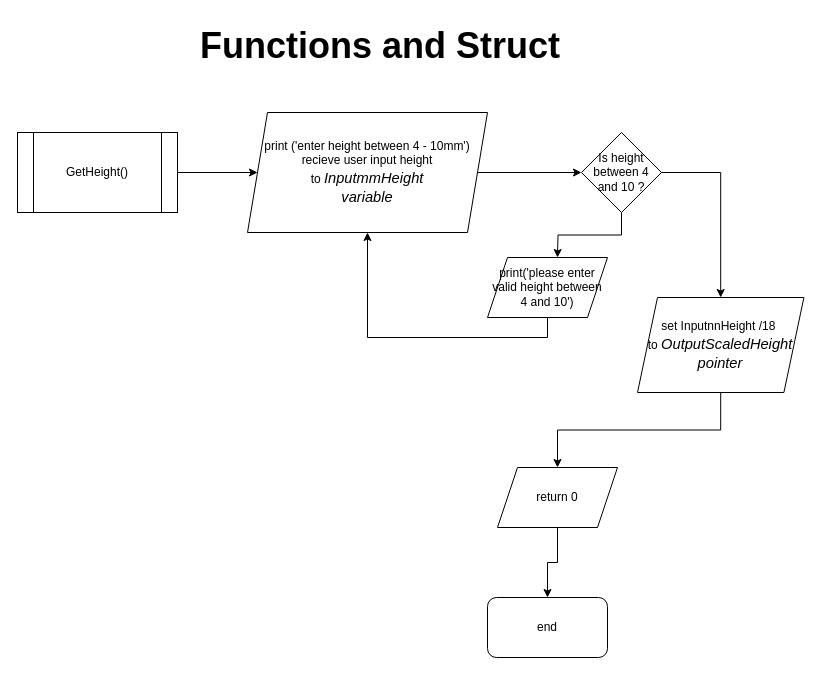
Above: page "Page-3" (3 of 3) of TextRobotFlowchart.drawio in hanifadelekan/TextRobotPlanning (draw.io), before the change. Source tidied: cells renumbered, new cells numbered last; positions are measured from the earlier drawing's top-left corner, leaving out a move shared by most shapes. Both pictures are drawn from the tidied source at 100%, with x=0, y=0 at pixel (17, 17).
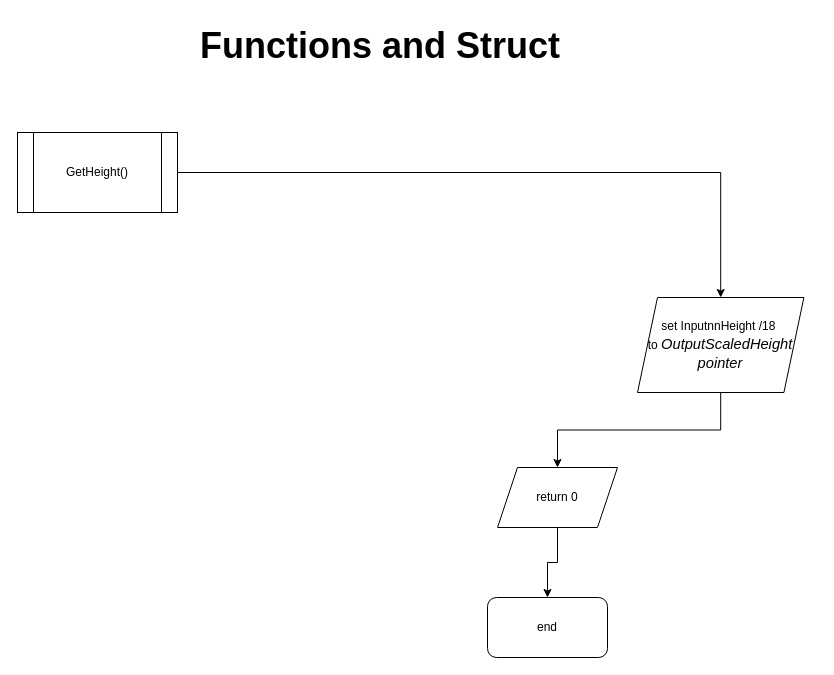
Above is the later version.

The edit, as a diff of the source:
```diff
@@
 <mxGraphModel>
   <root>
     <mxCell id="0" />
     <mxCell id="1" parent="0" />
-    <mxCell id="2" style="edgeStyle=orthogonalEdgeStyle;rounded=0;jettySize=auto;html=1;exitX=1;exitY=0.5;exitDx=0;exitDy=0;entryX=0;entryY=0.5;entryDx=0;entryDy=0;" parent="1" edge="1" source="3" target="5">
+    <mxCell id="2" style="edgeStyle=orthogonalEdgeStyle;rounded=0;jettySize=auto;html=1;exitX=1;exitY=0.5;exitDx=0;exitDy=0;entryX=0.5;entryY=0;entryDx=0;entryDy=0;" parent="1" edge="1" source="3" target="7">
       <mxGeometry relative="1" as="geometry" />
     </mxCell>
     <mxCell id="3" value="GetHeight()" style="shape=process;whiteSpace=wrap;html=1;backgroundOutline=1;" parent="1" vertex="1">
       <mxGeometry y="115" width="160" height="80" as="geometry" />
     </mxCell>
-    <mxCell id="4" style="edgeStyle=orthogonalEdgeStyle;rounded=0;jettySize=auto;html=1;exitX=1;exitY=0.5;exitDx=0;exitDy=0;entryX=0;entryY=0.5;entryDx=0;entryDy=0;" parent="1" edge="1" source="5" target="10">
-      <mxGeometry relative="1" as="geometry" />
-    </mxCell>
-    <mxCell id="5" value="print ('enter height between 4 - 10mm')&lt;div&gt;recieve user input height to&amp;nbsp;&lt;i style=&quot;background-color: initial; font-size: medium; text-align: start;&quot;&gt;&lt;span style=&quot;font-size: 11pt; line-height: 16.1333px; font-family: Calibri, sans-serif;&quot;&gt;InputmmHeight&lt;/span&gt;&lt;/i&gt;&lt;/div&gt;&lt;div&gt;&lt;i style=&quot;background-color: initial; font-size: medium; text-align: start;&quot;&gt;&lt;span style=&quot;font-size: 11pt; line-height: 16.1333px; font-family: Calibri, sans-serif;&quot;&gt;variable&lt;/span&gt;&lt;/i&gt;&lt;/div&gt;&lt;span style=&quot;font-size: medium; text-align: start;&quot;&gt;&lt;/span&gt;" style="shape=parallelogram;perimeter=parallelogramPerimeter;whiteSpace=wrap;html=1;fixedSize=1;" parent="1" vertex="1">
-      <mxGeometry x="230" y="95" width="240" height="120" as="geometry" />
-    </mxCell>
     <mxCell id="6" style="edgeStyle=orthogonalEdgeStyle;rounded=0;jettySize=auto;html=1;exitX=0.5;exitY=1;exitDx=0;exitDy=0;" parent="1" edge="1" source="7" target="15">
       <mxGeometry relative="1" as="geometry" />
     </mxCell>
     <mxCell id="7" value="set InputnnHeight /18&amp;nbsp;&lt;div&gt;to&amp;nbsp;&lt;i style=&quot;background-color: initial; font-size: medium; text-align: start;&quot;&gt;&lt;span style=&quot;font-size: 11pt; line-height: 16.1333px; font-family: Calibri, sans-serif;&quot;&gt;OutputScaledHeight&lt;/span&gt;&lt;/i&gt;&lt;/div&gt;&lt;div&gt;&lt;i style=&quot;background-color: initial; font-size: medium; text-align: start;&quot;&gt;&lt;span style=&quot;font-size: 11pt; line-height: 16.1333px; font-family: Calibri, sans-serif;&quot;&gt;pointer&lt;/span&gt;&lt;/i&gt;&lt;/div&gt;&lt;span style=&quot;font-size: medium; text-align: start;&quot;&gt;&lt;/span&gt;" style="shape=parallelogram;perimeter=parallelogramPerimeter;whiteSpace=wrap;html=1;fixedSize=1;" parent="1" vertex="1">
       <mxGeometry x="620" y="280" width="166.4" height="95" as="geometry" />
     </mxCell>
     <mxCell id="8" value="&lt;h1 style=&quot;margin-top: 0px;&quot;&gt;Functions and Struct&lt;/h1&gt;" style="text;html=1;whiteSpace=wrap;overflow=hidden;rounded=0;fontSize=18;" parent="1" vertex="1">
       <mxGeometry x="181.2" width="617.6" height="60" as="geometry" />
     </mxCell>
-    <mxCell id="9" style="edgeStyle=orthogonalEdgeStyle;rounded=0;jettySize=auto;html=1;exitX=0.5;exitY=1;exitDx=0;exitDy=0;" parent="1" edge="1" source="10">
-      <mxGeometry relative="1" as="geometry">
-        <mxPoint x="540" y="240" as="targetPoint" />
-      </mxGeometry>
-    </mxCell>
-    <mxCell id="10" value="Is height between 4 and 10 ?" style="rhombus;whiteSpace=wrap;html=1;" parent="1" vertex="1">
-      <mxGeometry x="564" y="115" width="80" height="80" as="geometry" />
-    </mxCell>
-    <mxCell id="11" style="edgeStyle=orthogonalEdgeStyle;rounded=0;jettySize=auto;html=1;exitX=1;exitY=0.5;exitDx=0;exitDy=0;entryX=0.5;entryY=0;entryDx=0;entryDy=0;" parent="1" edge="1" source="10" target="7">
-      <mxGeometry relative="1" as="geometry" />
-    </mxCell>
-    <mxCell id="12" style="edgeStyle=orthogonalEdgeStyle;rounded=0;jettySize=auto;html=1;exitX=0.5;exitY=1;exitDx=0;exitDy=0;entryX=0.5;entryY=1;entryDx=0;entryDy=0;" parent="1" edge="1" source="13" target="5">
-      <mxGeometry relative="1" as="geometry" />
-    </mxCell>
-    <mxCell id="13" value="print('please enter valid height between 4 and 10')" style="shape=parallelogram;perimeter=parallelogramPerimeter;whiteSpace=wrap;html=1;fixedSize=1;" parent="1" vertex="1">
-      <mxGeometry x="470" y="240" width="120" height="60" as="geometry" />
-    </mxCell>
     <mxCell id="14" style="edgeStyle=orthogonalEdgeStyle;rounded=0;jettySize=auto;html=1;exitX=0.5;exitY=1;exitDx=0;exitDy=0;entryX=0.5;entryY=0;entryDx=0;entryDy=0;" parent="1" edge="1" source="15" target="16">
       <mxGeometry relative="1" as="geometry" />
     </mxCell>
     <mxCell id="15" value="return 0" style="shape=parallelogram;perimeter=parallelogramPerimeter;whiteSpace=wrap;html=1;fixedSize=1;" parent="1" vertex="1">
       <mxGeometry x="480" y="450" width="120" height="60" as="geometry" />
     </mxCell>
     <mxCell id="16" value="end" style="rounded=1;whiteSpace=wrap;html=1;" parent="1" vertex="1">
       <mxGeometry x="470" y="580" width="120" height="60" as="geometry" />
     </mxCell>
   </root>
 </mxGraphModel>
```
